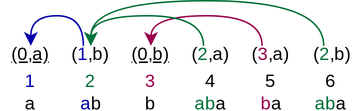
The draw.io diagram Images/LZ78/full.png in EdgarDorausch/Proseminar_SmallesGrammarProblem, before a commit. Source tidied: cells renumbered, new cells last; positions are measured from the earlier drawing's top-left corner, leaving out a move shared by most shapes. Source of this version:
```xml
<mxGraphModel shadow="1">
  <root>
    <mxCell id="0" />
    <mxCell id="1" parent="0" />
    <mxCell id="2" style="group;" parent="1" vertex="1">
      <mxGeometry y="30" width="240" height="42.5" as="geometry" />
    </mxCell>
    <mxCell id="3" style="group;" parent="2" vertex="1">
      <mxGeometry width="240" height="10" as="geometry" />
    </mxCell>
    <mxCell id="4" value="&lt;u&gt;(0,a)&lt;/u&gt;" style="text;html=1;strokeColor=none;fillColor=none;align=center;verticalAlign=middle;whiteSpace=wrap;rounded=0;" parent="3" vertex="1">
      <mxGeometry width="40" height="10" as="geometry" />
    </mxCell>
    <mxCell id="5" style="edgeStyle=orthogonalEdgeStyle;rounded=0;jettySize=auto;html=1;exitX=0.368;exitY=-0.017;exitDx=0;exitDy=0;entryX=0.5;entryY=0;entryDx=0;entryDy=0;curved=1;exitPerimeter=0;strokeColor=#0000AB;" parent="3" edge="1" source="6" target="4">
      <mxGeometry relative="1" as="geometry">
        <Array as="points">
          <mxPoint x="55" y="-20" />
          <mxPoint x="20" y="-20" />
        </Array>
      </mxGeometry>
    </mxCell>
    <mxCell id="6" value="(&lt;font color=&quot;#0000ab&quot;&gt;1&lt;/font&gt;,b)" style="text;html=1;strokeColor=none;fillColor=none;align=center;verticalAlign=middle;whiteSpace=wrap;rounded=0;" parent="3" vertex="1">
      <mxGeometry x="40" width="40" height="10" as="geometry" />
    </mxCell>
    <mxCell id="7" style="edgeStyle=orthogonalEdgeStyle;curved=1;rounded=0;jettySize=auto;html=1;exitX=0.361;exitY=-0.011;exitDx=0;exitDy=0;entryX=0.5;entryY=0;entryDx=0;entryDy=0;exitPerimeter=0;strokeColor=#99004D;" parent="3" edge="1" source="8" target="11">
      <mxGeometry relative="1" as="geometry" />
    </mxCell>
    <mxCell id="8" value="(&lt;font color=&quot;#99004d&quot;&gt;3&lt;/font&gt;,a)" style="text;html=1;strokeColor=none;fillColor=none;align=center;verticalAlign=middle;whiteSpace=wrap;rounded=0;" parent="3" vertex="1">
      <mxGeometry x="159.9" width="40" height="10" as="geometry" />
    </mxCell>
    <mxCell id="9" style="edgeStyle=orthogonalEdgeStyle;curved=1;rounded=0;jettySize=auto;html=1;exitX=0.384;exitY=0.003;exitDx=0;exitDy=0;entryX=0.5;entryY=0;entryDx=0;entryDy=0;exitPerimeter=0;strokeColor=#007038;" parent="3" edge="1" source="10" target="6">
      <mxGeometry relative="1" as="geometry" />
    </mxCell>
    <mxCell id="10" value="(&lt;font color=&quot;#007038&quot;&gt;2&lt;/font&gt;,a)" style="text;html=1;strokeColor=none;fillColor=none;align=center;verticalAlign=middle;whiteSpace=wrap;rounded=0;" parent="3" vertex="1">
      <mxGeometry x="119.9" width="40" height="10" as="geometry" />
    </mxCell>
    <mxCell id="11" value="&lt;u&gt;(0,b)&lt;/u&gt;" style="text;html=1;strokeColor=none;fillColor=none;align=center;verticalAlign=middle;whiteSpace=wrap;rounded=0;" parent="3" vertex="1">
      <mxGeometry x="79.9" width="40" height="10" as="geometry" />
    </mxCell>
    <mxCell id="12" style="edgeStyle=orthogonalEdgeStyle;curved=1;rounded=0;jettySize=auto;html=1;exitX=0.365;exitY=-0.011;exitDx=0;exitDy=0;entryX=0.5;entryY=0;entryDx=0;entryDy=0;exitPerimeter=0;strokeColor=#007038;" parent="3" edge="1" source="13" target="6">
      <mxGeometry relative="1" as="geometry">
        <Array as="points">
          <mxPoint x="215" y="-30" />
          <mxPoint x="60" y="-30" />
        </Array>
      </mxGeometry>
    </mxCell>
    <mxCell id="13" value="(&lt;font color=&quot;#007038&quot;&gt;2&lt;/font&gt;,b)" style="text;html=1;strokeColor=none;fillColor=none;align=center;verticalAlign=middle;whiteSpace=wrap;rounded=0;" parent="3" vertex="1">
      <mxGeometry x="200" width="40" height="10" as="geometry" />
    </mxCell>
    <mxCell id="14" style="group;" parent="2" vertex="1">
      <mxGeometry y="17.5" width="240" height="10" as="geometry" />
    </mxCell>
    <mxCell id="15" value="&lt;font color=&quot;#0000ab&quot;&gt;1&lt;/font&gt;" style="text;html=1;strokeColor=none;fillColor=none;align=center;verticalAlign=middle;whiteSpace=wrap;rounded=0;" parent="14" vertex="1">
      <mxGeometry width="40" height="10" as="geometry" />
    </mxCell>
    <mxCell id="16" value="&lt;font color=&quot;#007038&quot;&gt;2&lt;/font&gt;" style="text;html=1;strokeColor=none;fillColor=none;align=center;verticalAlign=middle;whiteSpace=wrap;rounded=0;" parent="14" vertex="1">
      <mxGeometry x="40" width="40" height="10" as="geometry" />
    </mxCell>
    <mxCell id="17" value="4" style="text;html=1;strokeColor=none;fillColor=none;align=center;verticalAlign=middle;whiteSpace=wrap;rounded=0;" parent="14" vertex="1">
      <mxGeometry x="120" width="40" height="10" as="geometry" />
    </mxCell>
    <mxCell id="18" value="&lt;font color=&quot;#99004d&quot;&gt;3&lt;/font&gt;" style="text;html=1;strokeColor=none;fillColor=none;align=center;verticalAlign=middle;whiteSpace=wrap;rounded=0;" parent="14" vertex="1">
      <mxGeometry x="80" width="40" height="10" as="geometry" />
    </mxCell>
    <mxCell id="19" value="5" style="text;html=1;strokeColor=none;fillColor=none;align=center;verticalAlign=middle;whiteSpace=wrap;rounded=0;" parent="14" vertex="1">
      <mxGeometry x="160" width="40" height="10" as="geometry" />
    </mxCell>
    <mxCell id="20" value="6" style="text;html=1;strokeColor=none;fillColor=none;align=center;verticalAlign=middle;whiteSpace=wrap;rounded=0;" parent="14" vertex="1">
      <mxGeometry x="200" width="40" height="10" as="geometry" />
    </mxCell>
    <mxCell id="21" style="group;" parent="2" vertex="1">
      <mxGeometry y="32.5" width="240" height="10" as="geometry" />
    </mxCell>
    <mxCell id="22" value="a" style="text;html=1;strokeColor=none;fillColor=none;align=center;verticalAlign=middle;whiteSpace=wrap;rounded=0;" parent="21" vertex="1">
      <mxGeometry width="40" height="10" as="geometry" />
    </mxCell>
    <mxCell id="23" value="&lt;font color=&quot;#0000ab&quot;&gt;a&lt;/font&gt;b" style="text;html=1;strokeColor=none;fillColor=none;align=center;verticalAlign=middle;whiteSpace=wrap;rounded=0;" parent="21" vertex="1">
      <mxGeometry x="40" width="40" height="10" as="geometry" />
    </mxCell>
    <mxCell id="24" value="&lt;font color=&quot;#007038&quot;&gt;ab&lt;/font&gt;a" style="text;html=1;strokeColor=none;fillColor=none;align=center;verticalAlign=middle;whiteSpace=wrap;rounded=0;" parent="21" vertex="1">
      <mxGeometry x="120" width="40" height="10" as="geometry" />
    </mxCell>
    <mxCell id="25" value="b" style="text;html=1;strokeColor=none;fillColor=none;align=center;verticalAlign=middle;whiteSpace=wrap;rounded=0;" parent="21" vertex="1">
      <mxGeometry x="80" width="40" height="10" as="geometry" />
    </mxCell>
    <mxCell id="26" value="&lt;font color=&quot;#99004d&quot;&gt;b&lt;/font&gt;a" style="text;html=1;strokeColor=none;fillColor=none;align=center;verticalAlign=middle;whiteSpace=wrap;rounded=0;" parent="21" vertex="1">
      <mxGeometry x="160" width="40" height="10" as="geometry" />
    </mxCell>
    <mxCell id="27" value="&lt;font color=&quot;#007038&quot;&gt;ab&lt;/font&gt;a" style="text;html=1;strokeColor=none;fillColor=none;align=center;verticalAlign=middle;whiteSpace=wrap;rounded=0;" parent="21" vertex="1">
      <mxGeometry x="200" width="40" height="10" as="geometry" />
    </mxCell>
  </root>
</mxGraphModel>
```
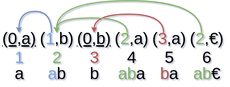
Above is the later version.

Diff of the diagram source:
```diff
@@ -2,93 +2,103 @@
   <root>
     <mxCell id="0" />
     <mxCell id="1" parent="0" />
-    <mxCell id="2" style="group;" parent="1" vertex="1">
-      <mxGeometry y="30" width="240" height="42.5" as="geometry" />
+    <mxCell id="2" style="group;fontSize=44;" parent="1" vertex="1">
+      <mxGeometry y="30" width="599" height="122" as="geometry" />
     </mxCell>
-    <mxCell id="3" style="group;" parent="2" vertex="1">
-      <mxGeometry width="240" height="10" as="geometry" />
+    <mxCell id="3" style="group;fontSize=44;" parent="2" vertex="1">
+      <mxGeometry width="599" height="28.7" as="geometry" />
     </mxCell>
-    <mxCell id="4" value="&lt;u&gt;(0,a)&lt;/u&gt;" style="text;html=1;strokeColor=none;fillColor=none;align=center;verticalAlign=middle;whiteSpace=wrap;rounded=0;" parent="3" vertex="1">
-      <mxGeometry width="40" height="10" as="geometry" />
+    <mxCell id="4" value="&lt;u style=&quot;font-size: 44px;&quot;&gt;(0,a)&lt;/u&gt;" style="text;html=1;strokeColor=none;fillColor=none;align=center;verticalAlign=middle;whiteSpace=wrap;rounded=0;fontSize=44;" parent="3" vertex="1">
+      <mxGeometry width="99.8" height="28.7" as="geometry" />
     </mxCell>
-    <mxCell id="5" style="edgeStyle=orthogonalEdgeStyle;rounded=0;jettySize=auto;html=1;exitX=0.368;exitY=-0.017;exitDx=0;exitDy=0;entryX=0.5;entryY=0;entryDx=0;entryDy=0;curved=1;exitPerimeter=0;strokeColor=#0000AB;" parent="3" edge="1" source="6" target="4">
+    <mxCell id="5" style="edgeStyle=orthogonalEdgeStyle;rounded=0;jettySize=auto;html=1;exitX=0.368;exitY=-0.017;exitDx=0;exitDy=0;entryX=0.5;entryY=0;entryDx=0;entryDy=0;curved=1;exitPerimeter=0;strokeColor=#6c8ebf;fillColor=#dae8fc;strokeWidth=3;" parent="3" edge="1" source="6" target="4">
       <mxGeometry relative="1" as="geometry">
         <Array as="points">
-          <mxPoint x="55" y="-20" />
-          <mxPoint x="20" y="-20" />
+          <mxPoint x="137.3" y="-57.4" />
+          <mxPoint x="49.9" y="-57.4" />
         </Array>
       </mxGeometry>
     </mxCell>
-    <mxCell id="6" value="(&lt;font color=&quot;#0000ab&quot;&gt;1&lt;/font&gt;,b)" style="text;html=1;strokeColor=none;fillColor=none;align=center;verticalAlign=middle;whiteSpace=wrap;rounded=0;" parent="3" vertex="1">
-      <mxGeometry x="40" width="40" height="10" as="geometry" />
+    <mxCell id="6" value="(&lt;font style=&quot;font-size: 44px;&quot; color=&quot;#7ea6e0&quot;&gt;1&lt;/font&gt;,b)" style="text;html=1;strokeColor=none;fillColor=none;align=center;verticalAlign=middle;whiteSpace=wrap;rounded=0;fontSize=44;" parent="3" vertex="1">
+      <mxGeometry x="99.8" width="99.8" height="28.7" as="geometry" />
     </mxCell>
-    <mxCell id="7" style="edgeStyle=orthogonalEdgeStyle;curved=1;rounded=0;jettySize=auto;html=1;exitX=0.361;exitY=-0.011;exitDx=0;exitDy=0;entryX=0.5;entryY=0;entryDx=0;entryDy=0;exitPerimeter=0;strokeColor=#99004D;" parent="3" edge="1" source="8" target="11">
-      <mxGeometry relative="1" as="geometry" />
+    <mxCell id="7" style="edgeStyle=orthogonalEdgeStyle;curved=1;rounded=0;jettySize=auto;html=1;exitX=0.361;exitY=-0.011;exitDx=0;exitDy=0;entryX=0.5;entryY=0;entryDx=0;entryDy=0;exitPerimeter=0;strokeColor=#B85450;fillColor=#f8cecc;strokeWidth=3;" parent="3" edge="1" source="8" target="11">
+      <mxGeometry relative="1" as="geometry">
+        <Array as="points">
+          <mxPoint x="435.1" y="-49.9" />
+          <mxPoint x="248.9" y="-49.9" />
+        </Array>
+      </mxGeometry>
     </mxCell>
-    <mxCell id="8" value="(&lt;font color=&quot;#99004d&quot;&gt;3&lt;/font&gt;,a)" style="text;html=1;strokeColor=none;fillColor=none;align=center;verticalAlign=middle;whiteSpace=wrap;rounded=0;" parent="3" vertex="1">
-      <mxGeometry x="159.9" width="40" height="10" as="geometry" />
+    <mxCell id="8" value="(&lt;font style=&quot;font-size: 44px;&quot; color=&quot;#b85450&quot;&gt;3&lt;/font&gt;,a)" style="text;html=1;strokeColor=none;fillColor=none;align=center;verticalAlign=middle;whiteSpace=wrap;rounded=0;fontSize=44;" parent="3" vertex="1">
+      <mxGeometry x="399.1" width="99.8" height="28.7" as="geometry" />
     </mxCell>
-    <mxCell id="9" style="edgeStyle=orthogonalEdgeStyle;curved=1;rounded=0;jettySize=auto;html=1;exitX=0.384;exitY=0.003;exitDx=0;exitDy=0;entryX=0.5;entryY=0;entryDx=0;entryDy=0;exitPerimeter=0;strokeColor=#007038;" parent="3" edge="1" source="10" target="6">
-      <mxGeometry relative="1" as="geometry" />
+    <mxCell id="9" style="edgeStyle=orthogonalEdgeStyle;curved=1;rounded=0;jettySize=auto;html=1;exitX=0.384;exitY=0.003;exitDx=0;exitDy=0;entryX=0.5;entryY=0;entryDx=0;entryDy=0;exitPerimeter=0;strokeColor=#82B366;fillColor=#d5e8d4;strokeWidth=3;" parent="3" edge="1" source="10" target="6">
+      <mxGeometry relative="1" as="geometry">
+        <Array as="points">
+          <mxPoint x="337.9" y="-39.9" />
+          <mxPoint x="149.6" y="-39.9" />
+        </Array>
+      </mxGeometry>
     </mxCell>
-    <mxCell id="10" value="(&lt;font color=&quot;#007038&quot;&gt;2&lt;/font&gt;,a)" style="text;html=1;strokeColor=none;fillColor=none;align=center;verticalAlign=middle;whiteSpace=wrap;rounded=0;" parent="3" vertex="1">
-      <mxGeometry x="119.9" width="40" height="10" as="geometry" />
+    <mxCell id="10" value="(&lt;font style=&quot;font-size: 44px;&quot; color=&quot;#82b366&quot;&gt;2&lt;/font&gt;,a)" style="text;html=1;strokeColor=none;fillColor=none;align=center;verticalAlign=middle;whiteSpace=wrap;rounded=0;fontSize=44;" parent="3" vertex="1">
+      <mxGeometry x="299.3" width="99.8" height="28.7" as="geometry" />
     </mxCell>
-    <mxCell id="11" value="&lt;u&gt;(0,b)&lt;/u&gt;" style="text;html=1;strokeColor=none;fillColor=none;align=center;verticalAlign=middle;whiteSpace=wrap;rounded=0;" parent="3" vertex="1">
-      <mxGeometry x="79.9" width="40" height="10" as="geometry" />
+    <mxCell id="11" value="&lt;u style=&quot;font-size: 44px;&quot;&gt;(0,b)&lt;/u&gt;" style="text;html=1;strokeColor=none;fillColor=none;align=center;verticalAlign=middle;whiteSpace=wrap;rounded=0;fontSize=44;" parent="3" vertex="1">
+      <mxGeometry x="199.5" width="99.8" height="28.7" as="geometry" />
     </mxCell>
-    <mxCell id="12" style="edgeStyle=orthogonalEdgeStyle;curved=1;rounded=0;jettySize=auto;html=1;exitX=0.365;exitY=-0.011;exitDx=0;exitDy=0;entryX=0.5;entryY=0;entryDx=0;entryDy=0;exitPerimeter=0;strokeColor=#007038;" parent="3" edge="1" source="13" target="6">
+    <mxCell id="12" style="edgeStyle=orthogonalEdgeStyle;curved=1;rounded=0;jettySize=auto;html=1;exitX=0.365;exitY=-0.011;exitDx=0;exitDy=0;entryX=0.5;entryY=0;entryDx=0;entryDy=0;exitPerimeter=0;strokeColor=#82b366;fillColor=#d5e8d4;strokeWidth=3;" parent="3" edge="1" source="13" target="6">
       <mxGeometry relative="1" as="geometry">
         <Array as="points">
-          <mxPoint x="215" y="-30" />
-          <mxPoint x="60" y="-30" />
+          <mxPoint x="536.2" y="-85.4" />
+          <mxPoint x="149.7" y="-85.4" />
         </Array>
       </mxGeometry>
     </mxCell>
-    <mxCell id="13" value="(&lt;font color=&quot;#007038&quot;&gt;2&lt;/font&gt;,b)" style="text;html=1;strokeColor=none;fillColor=none;align=center;verticalAlign=middle;whiteSpace=wrap;rounded=0;" parent="3" vertex="1">
-      <mxGeometry x="200" width="40" height="10" as="geometry" />
+    <mxCell id="13" value="(&lt;font style=&quot;font-size: 44px;&quot; color=&quot;#82b366&quot;&gt;2&lt;/font&gt;,€)" style="text;html=1;strokeColor=none;fillColor=none;align=center;verticalAlign=middle;whiteSpace=wrap;rounded=0;fontSize=44;" parent="3" vertex="1">
+      <mxGeometry x="499.2" width="99.8" height="28.7" as="geometry" />
     </mxCell>
-    <mxCell id="14" style="group;" parent="2" vertex="1">
-      <mxGeometry y="17.5" width="240" height="10" as="geometry" />
+    <mxCell id="14" style="group;fontSize=44;" parent="2" vertex="1">
+      <mxGeometry y="50.2" width="598.9" height="28.7" as="geometry" />
     </mxCell>
-    <mxCell id="15" value="&lt;font color=&quot;#0000ab&quot;&gt;1&lt;/font&gt;" style="text;html=1;strokeColor=none;fillColor=none;align=center;verticalAlign=middle;whiteSpace=wrap;rounded=0;" parent="14" vertex="1">
-      <mxGeometry width="40" height="10" as="geometry" />
+    <mxCell id="15" value="&lt;font style=&quot;font-size: 44px;&quot; color=&quot;#7ea6e0&quot;&gt;1&lt;/font&gt;" style="text;html=1;strokeColor=none;fillColor=none;align=center;verticalAlign=middle;whiteSpace=wrap;rounded=0;fontSize=44;" parent="14" vertex="1">
+      <mxGeometry width="99.8" height="28.7" as="geometry" />
     </mxCell>
-    <mxCell id="16" value="&lt;font color=&quot;#007038&quot;&gt;2&lt;/font&gt;" style="text;html=1;strokeColor=none;fillColor=none;align=center;verticalAlign=middle;whiteSpace=wrap;rounded=0;" parent="14" vertex="1">
-      <mxGeometry x="40" width="40" height="10" as="geometry" />
+    <mxCell id="16" value="&lt;font style=&quot;font-size: 44px;&quot; color=&quot;#82b366&quot;&gt;2&lt;/font&gt;" style="text;html=1;strokeColor=none;fillColor=none;align=center;verticalAlign=middle;whiteSpace=wrap;rounded=0;fontSize=44;" parent="14" vertex="1">
+      <mxGeometry x="99.8" width="99.8" height="28.7" as="geometry" />
     </mxCell>
-    <mxCell id="17" value="4" style="text;html=1;strokeColor=none;fillColor=none;align=center;verticalAlign=middle;whiteSpace=wrap;rounded=0;" parent="14" vertex="1">
-      <mxGeometry x="120" width="40" height="10" as="geometry" />
+    <mxCell id="17" value="4" style="text;html=1;strokeColor=none;fillColor=none;align=center;verticalAlign=middle;whiteSpace=wrap;rounded=0;fontSize=44;" parent="14" vertex="1">
+      <mxGeometry x="299.5" width="99.8" height="28.7" as="geometry" />
     </mxCell>
-    <mxCell id="18" value="&lt;font color=&quot;#99004d&quot;&gt;3&lt;/font&gt;" style="text;html=1;strokeColor=none;fillColor=none;align=center;verticalAlign=middle;whiteSpace=wrap;rounded=0;" parent="14" vertex="1">
-      <mxGeometry x="80" width="40" height="10" as="geometry" />
+    <mxCell id="18" value="&lt;font style=&quot;font-size: 44px;&quot; color=&quot;#b85450&quot;&gt;3&lt;/font&gt;" style="text;html=1;strokeColor=none;fillColor=none;align=center;verticalAlign=middle;whiteSpace=wrap;rounded=0;fontSize=44;" parent="14" vertex="1">
+      <mxGeometry x="199.7" width="99.8" height="28.7" as="geometry" />
     </mxCell>
-    <mxCell id="19" value="5" style="text;html=1;strokeColor=none;fillColor=none;align=center;verticalAlign=middle;whiteSpace=wrap;rounded=0;" parent="14" vertex="1">
-      <mxGeometry x="160" width="40" height="10" as="geometry" />
+    <mxCell id="19" value="5" style="text;html=1;strokeColor=none;fillColor=none;align=center;verticalAlign=middle;whiteSpace=wrap;rounded=0;fontSize=44;" parent="14" vertex="1">
+      <mxGeometry x="399.3" width="99.8" height="28.7" as="geometry" />
     </mxCell>
-    <mxCell id="20" value="6" style="text;html=1;strokeColor=none;fillColor=none;align=center;verticalAlign=middle;whiteSpace=wrap;rounded=0;" parent="14" vertex="1">
-      <mxGeometry x="200" width="40" height="10" as="geometry" />
+    <mxCell id="20" value="6" style="text;html=1;strokeColor=none;fillColor=none;align=center;verticalAlign=middle;whiteSpace=wrap;rounded=0;fontSize=44;" parent="14" vertex="1">
+      <mxGeometry x="499.2" width="99.8" height="28.7" as="geometry" />
     </mxCell>
-    <mxCell id="21" style="group;" parent="2" vertex="1">
-      <mxGeometry y="32.5" width="240" height="10" as="geometry" />
+    <mxCell id="21" style="group;fontSize=44;" parent="2" vertex="1">
+      <mxGeometry y="93.3" width="598.9" height="28.7" as="geometry" />
     </mxCell>
-    <mxCell id="22" value="a" style="text;html=1;strokeColor=none;fillColor=none;align=center;verticalAlign=middle;whiteSpace=wrap;rounded=0;" parent="21" vertex="1">
-      <mxGeometry width="40" height="10" as="geometry" />
+    <mxCell id="22" value="a" style="text;html=1;strokeColor=none;fillColor=none;align=center;verticalAlign=middle;whiteSpace=wrap;rounded=0;fontSize=44;" parent="21" vertex="1">
+      <mxGeometry width="99.8" height="28.7" as="geometry" />
     </mxCell>
-    <mxCell id="23" value="&lt;font color=&quot;#0000ab&quot;&gt;a&lt;/font&gt;b" style="text;html=1;strokeColor=none;fillColor=none;align=center;verticalAlign=middle;whiteSpace=wrap;rounded=0;" parent="21" vertex="1">
-      <mxGeometry x="40" width="40" height="10" as="geometry" />
+    <mxCell id="23" value="&lt;font style=&quot;font-size: 44px;&quot; color=&quot;#7ea6e0&quot;&gt;a&lt;/font&gt;b" style="text;html=1;strokeColor=none;fillColor=none;align=center;verticalAlign=middle;whiteSpace=wrap;rounded=0;fontSize=44;" parent="21" vertex="1">
+      <mxGeometry x="99.8" width="99.8" height="28.7" as="geometry" />
     </mxCell>
-    <mxCell id="24" value="&lt;font color=&quot;#007038&quot;&gt;ab&lt;/font&gt;a" style="text;html=1;strokeColor=none;fillColor=none;align=center;verticalAlign=middle;whiteSpace=wrap;rounded=0;" parent="21" vertex="1">
-      <mxGeometry x="120" width="40" height="10" as="geometry" />
+    <mxCell id="24" value="&lt;font style=&quot;font-size: 44px;&quot; color=&quot;#82b366&quot;&gt;ab&lt;/font&gt;a" style="text;html=1;strokeColor=none;fillColor=none;align=center;verticalAlign=middle;whiteSpace=wrap;rounded=0;fontSize=44;" parent="21" vertex="1">
+      <mxGeometry x="299.5" width="99.8" height="28.7" as="geometry" />
     </mxCell>
-    <mxCell id="25" value="b" style="text;html=1;strokeColor=none;fillColor=none;align=center;verticalAlign=middle;whiteSpace=wrap;rounded=0;" parent="21" vertex="1">
-      <mxGeometry x="80" width="40" height="10" as="geometry" />
+    <mxCell id="25" value="b" style="text;html=1;strokeColor=none;fillColor=none;align=center;verticalAlign=middle;whiteSpace=wrap;rounded=0;fontSize=44;" parent="21" vertex="1">
+      <mxGeometry x="199.7" width="99.8" height="28.7" as="geometry" />
     </mxCell>
-    <mxCell id="26" value="&lt;font color=&quot;#99004d&quot;&gt;b&lt;/font&gt;a" style="text;html=1;strokeColor=none;fillColor=none;align=center;verticalAlign=middle;whiteSpace=wrap;rounded=0;" parent="21" vertex="1">
-      <mxGeometry x="160" width="40" height="10" as="geometry" />
+    <mxCell id="26" value="&lt;font style=&quot;font-size: 44px;&quot; color=&quot;#b85450&quot;&gt;b&lt;/font&gt;a" style="text;html=1;strokeColor=none;fillColor=none;align=center;verticalAlign=middle;whiteSpace=wrap;rounded=0;fontSize=44;" parent="21" vertex="1">
+      <mxGeometry x="399.3" width="99.8" height="28.7" as="geometry" />
     </mxCell>
-    <mxCell id="27" value="&lt;font color=&quot;#007038&quot;&gt;ab&lt;/font&gt;a" style="text;html=1;strokeColor=none;fillColor=none;align=center;verticalAlign=middle;whiteSpace=wrap;rounded=0;" parent="21" vertex="1">
-      <mxGeometry x="200" width="40" height="10" as="geometry" />
+    <mxCell id="27" value="&lt;font style=&quot;font-size: 44px;&quot; color=&quot;#82b366&quot;&gt;ab&lt;/font&gt;&lt;font style=&quot;font-size: 44px;&quot;&gt;€&lt;/font&gt;" style="text;html=1;strokeColor=none;fillColor=none;align=center;verticalAlign=middle;whiteSpace=wrap;rounded=0;fontSize=44;" parent="21" vertex="1">
+      <mxGeometry x="499.2" width="99.8" height="28.7" as="geometry" />
     </mxCell>
   </root>
 </mxGraphModel>
```
